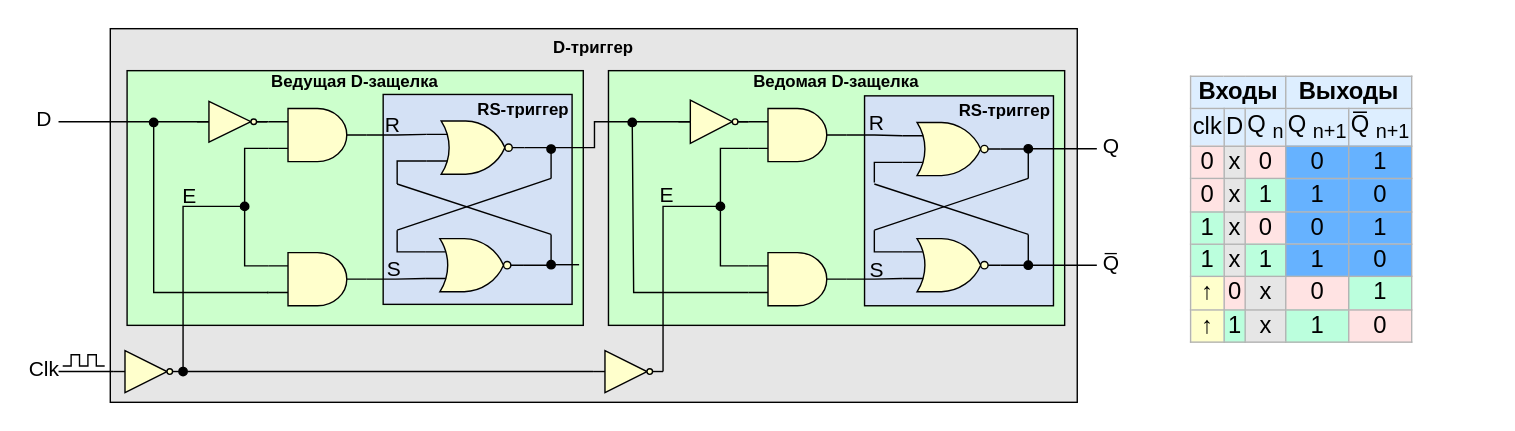
Above: .pic/Introduction/Sequential logic/fig_05.drawio.svg in MPSU/APS (draw.io), before the change. Source tidied: cells renumbered, new cells last; positions are measured from the earlier drawing's top-left corner, leaving out a move shared by most shapes.
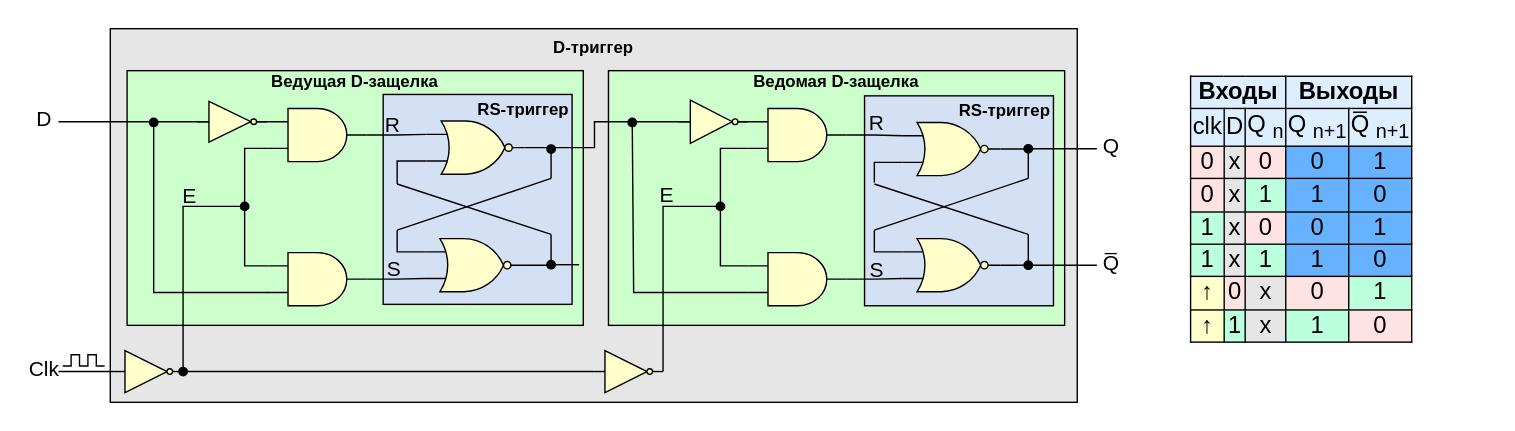
After the commit.

Change to the diagram source:
```diff
@@ -269,7 +269,7 @@
     <mxCell id="60" style="verticalLabelPosition=bottom;shadow=0;dashed=0;align=center;html=1;verticalAlign=top;shape=mxgraph.electrical.logic_gates.inverter_2;fillColor=#FFFFCC;" parent="1" vertex="1">
       <mxGeometry x="463" y="51" width="50" height="31" as="geometry" />
     </mxCell>
-    <mxCell id="61" value="&lt;table border=&quot;1&quot; class=&quot;wikitable&quot; style=&quot;text-align: center; font-size: 17px; border: 1px solid rgb(179, 179, 179); border-collapse: collapse;&quot; id=&quot;mwAjk&quot;&gt;&lt;tbody id=&quot;mwAjs&quot;&gt;&lt;tr style=&quot;background:#def;&quot; id=&quot;mwAjw&quot;&gt;&lt;td colspan=&quot;3&quot;&gt;&lt;b&gt;Входы&lt;/b&gt;&lt;/td&gt;&lt;td colspan=&quot;2&quot; id=&quot;mwAj8&quot;&gt;&lt;b id=&quot;mwAkA&quot;&gt;&lt;font style=&quot;font-size: 17px;&quot;&gt;Выходы&lt;/font&gt;&lt;/b&gt;&lt;/td&gt;&lt;/tr&gt;&lt;tr style=&quot;background:#def;&quot; id=&quot;mwAkE&quot;&gt;&lt;td&gt;&amp;nbsp; clk&amp;nbsp;&lt;/td&gt;&lt;td id=&quot;mwAkI&quot;&gt;&lt;font style=&quot;font-size: 17px;&quot;&gt;&amp;nbsp; &amp;nbsp;D&amp;nbsp; &amp;nbsp;&lt;/font&gt;&lt;/td&gt;&lt;td id=&quot;mwAkM&quot;&gt;&lt;font style=&quot;font-size: 17px;&quot;&gt;&amp;nbsp; Q&lt;sub&gt;n&lt;/sub&gt;&amp;nbsp;&amp;nbsp;&lt;/font&gt;&lt;/td&gt;&lt;td id=&quot;mwAkQ&quot;&gt;Q&lt;sub&gt;n+1&lt;/sub&gt;&lt;br&gt;&lt;/td&gt;&lt;td id=&quot;mwAkU&quot;&gt;Q̅&lt;sub&gt;n+1&lt;/sub&gt;&lt;br&gt;&lt;/td&gt;&lt;/tr&gt;&lt;tr id=&quot;mwAko&quot;&gt;&lt;td style=&quot;background-color: rgb(255, 227, 227);&quot;&gt;0&lt;/td&gt;&lt;td style=&quot;background-color: rgb(230, 230, 230);&quot; id=&quot;mwAks&quot;&gt;&lt;font style=&quot;font-size: 17px;&quot;&gt;x&lt;/font&gt;&lt;/td&gt;&lt;td style=&quot;background-color: rgb(255, 227, 227);&quot; id=&quot;mwAkw&quot;&gt;&lt;font style=&quot;font-size: 17px;&quot;&gt;0&lt;/font&gt;&lt;/td&gt;&lt;td style=&quot;background: rgb(102, 178, 255); color: black; vertical-align: middle; text-align: center;&quot; class=&quot;table-no2&quot; data-mw=&quot;{&amp;quot;parts&amp;quot;:[&amp;quot;|| &amp;quot;,{&amp;quot;template&amp;quot;:{&amp;quot;target&amp;quot;:{&amp;quot;wt&amp;quot;:&amp;quot;no2&amp;quot;,&amp;quot;href&amp;quot;:&amp;quot;./Template:No2&amp;quot;},&amp;quot;params&amp;quot;:{&amp;quot;1&amp;quot;:{&amp;quot;wt&amp;quot;:&amp;quot;0&amp;quot;}},&amp;quot;i&amp;quot;:0}},&amp;quot; &amp;quot;]}&quot; id=&quot;mwASM&quot;&gt;&lt;font style=&quot;font-size: 17px;&quot;&gt;0&lt;/font&gt;&lt;/td&gt;&lt;td style=&quot;background: rgb(102, 178, 255); color: black; vertical-align: middle; text-align: center;&quot; class=&quot;table-yes2&quot; data-mw=&quot;{&amp;quot;parts&amp;quot;:[&amp;quot;|| &amp;quot;,{&amp;quot;template&amp;quot;:{&amp;quot;target&amp;quot;:{&amp;quot;wt&amp;quot;:&amp;quot;yes2&amp;quot;,&amp;quot;href&amp;quot;:&amp;quot;./Template:Yes2&amp;quot;},&amp;quot;params&amp;quot;:{&amp;quot;1&amp;quot;:{&amp;quot;wt&amp;quot;:&amp;quot;1&amp;quot;}},&amp;quot;i&amp;quot;:0}},&amp;quot; &amp;quot;]}&quot; id=&quot;mwASc&quot;&gt;&lt;font style=&quot;font-size: 17px;&quot;&gt;1&lt;/font&gt;&lt;/td&gt;&lt;/tr&gt;&lt;tr id=&quot;mwAlM&quot;&gt;&lt;td style=&quot;background-color: rgb(255, 227, 227);&quot;&gt;0&lt;/td&gt;&lt;td style=&quot;background-color: rgb(230, 230, 230);&quot; id=&quot;mwAlQ&quot;&gt;&lt;font style=&quot;font-size: 17px;&quot;&gt;x&lt;/font&gt;&lt;/td&gt;&lt;td style=&quot;background-color: rgb(187, 255, 221);&quot; id=&quot;mwAlU&quot;&gt;&lt;font style=&quot;font-size: 17px;&quot;&gt;1&lt;/font&gt;&lt;/td&gt;&lt;td style=&quot;background: rgb(102, 178, 255); color: black; vertical-align: middle; text-align: center;&quot; class=&quot;table-no2&quot; data-mw=&quot;{&amp;quot;parts&amp;quot;:[&amp;quot;|| &amp;quot;,{&amp;quot;template&amp;quot;:{&amp;quot;target&amp;quot;:{&amp;quot;wt&amp;quot;:&amp;quot;no2&amp;quot;,&amp;quot;href&amp;quot;:&amp;quot;./Template:No2&amp;quot;},&amp;quot;params&amp;quot;:{&amp;quot;1&amp;quot;:{&amp;quot;wt&amp;quot;:&amp;quot;0&amp;quot;}},&amp;quot;i&amp;quot;:0}},&amp;quot; &amp;quot;]}&quot; id=&quot;mwASM&quot;&gt;1&lt;/td&gt;&lt;td style=&quot;background: rgb(102, 178, 255); color: black; vertical-align: middle; text-align: center;&quot; class=&quot;table-yes2&quot; data-mw=&quot;{&amp;quot;parts&amp;quot;:[&amp;quot;|| &amp;quot;,{&amp;quot;template&amp;quot;:{&amp;quot;target&amp;quot;:{&amp;quot;wt&amp;quot;:&amp;quot;yes2&amp;quot;,&amp;quot;href&amp;quot;:&amp;quot;./Template:Yes2&amp;quot;},&amp;quot;params&amp;quot;:{&amp;quot;1&amp;quot;:{&amp;quot;wt&amp;quot;:&amp;quot;1&amp;quot;}},&amp;quot;i&amp;quot;:0}},&amp;quot; &amp;quot;]}&quot; id=&quot;mwASc&quot;&gt;&lt;font style=&quot;font-size: 17px;&quot;&gt;0&lt;/font&gt;&lt;/td&gt;&lt;/tr&gt;&lt;tr id=&quot;mwAlw&quot;&gt;&lt;td style=&quot;background-color: rgb(187, 255, 221);&quot;&gt;1&lt;/td&gt;&lt;td style=&quot;background-color: rgb(230, 230, 230);&quot; id=&quot;mwAl0&quot;&gt;&lt;font style=&quot;font-size: 17px;&quot;&gt;x&lt;/font&gt;&lt;/td&gt;&lt;td style=&quot;background-color: rgb(255, 227, 227);&quot; id=&quot;mwAl4&quot;&gt;0&lt;/td&gt;&lt;td style=&quot;background: rgb(102, 178, 255); color: black; vertical-align: middle; text-align: center;&quot; class=&quot;table-no2&quot; data-mw=&quot;{&amp;quot;parts&amp;quot;:[&amp;quot;|| &amp;quot;,{&amp;quot;template&amp;quot;:{&amp;quot;target&amp;quot;:{&amp;quot;wt&amp;quot;:&amp;quot;no2&amp;quot;,&amp;quot;href&amp;quot;:&amp;quot;./Template:No2&amp;quot;},&amp;quot;params&amp;quot;:{&amp;quot;1&amp;quot;:{&amp;quot;wt&amp;quot;:&amp;quot;0&amp;quot;}},&amp;quot;i&amp;quot;:0}},&amp;quot; &amp;quot;]}&quot; id=&quot;mwASM&quot;&gt;&lt;font style=&quot;font-size: 17px;&quot;&gt;0&lt;/font&gt;&lt;/td&gt;&lt;td style=&quot;background: rgb(102, 178, 255); color: black; vertical-align: middle; text-align: center;&quot; class=&quot;table-yes2&quot; data-mw=&quot;{&amp;quot;parts&amp;quot;:[&amp;quot;|| &amp;quot;,{&amp;quot;template&amp;quot;:{&amp;quot;target&amp;quot;:{&amp;quot;wt&amp;quot;:&amp;quot;yes2&amp;quot;,&amp;quot;href&amp;quot;:&amp;quot;./Template:Yes2&amp;quot;},&amp;quot;params&amp;quot;:{&amp;quot;1&amp;quot;:{&amp;quot;wt&amp;quot;:&amp;quot;1&amp;quot;}},&amp;quot;i&amp;quot;:0}},&amp;quot; &amp;quot;]}&quot; id=&quot;mwASc&quot;&gt;&lt;font style=&quot;font-size: 17px;&quot;&gt;1&lt;/font&gt;&lt;/td&gt;&lt;/tr&gt;&lt;tr id=&quot;mwAmU&quot;&gt;&lt;td style=&quot;background-color: rgb(187, 255, 221);&quot;&gt;1&lt;/td&gt;&lt;td style=&quot;background-color: rgb(230, 230, 230);&quot; id=&quot;mwAmY&quot;&gt;&lt;font style=&quot;font-size: 17px;&quot;&gt;x&lt;/font&gt;&lt;/td&gt;&lt;td style=&quot;background-color: rgb(187, 255, 221);&quot; id=&quot;mwAmc&quot;&gt;&lt;font style=&quot;font-size: 17px;&quot;&gt;1&lt;/font&gt;&lt;/td&gt;&lt;td style=&quot;background: rgb(102, 178, 255); color: black; vertical-align: middle; text-align: center;&quot; class=&quot;table-yes2&quot; data-mw=&quot;{&amp;quot;parts&amp;quot;:[&amp;quot;|| &amp;quot;,{&amp;quot;template&amp;quot;:{&amp;quot;target&amp;quot;:{&amp;quot;wt&amp;quot;:&amp;quot;yes2&amp;quot;,&amp;quot;href&amp;quot;:&amp;quot;./Template:Yes2&amp;quot;},&amp;quot;params&amp;quot;:{&amp;quot;1&amp;quot;:{&amp;quot;wt&amp;quot;:&amp;quot;1&amp;quot;}},&amp;quot;i&amp;quot;:0}},&amp;quot; &amp;quot;]}&quot; id=&quot;mwASc&quot;&gt;&lt;font style=&quot;font-size: 17px;&quot;&gt;1&lt;/font&gt;&lt;/td&gt;&lt;td style=&quot;background: rgb(102, 178, 255); color: black; vertical-align: middle; text-align: center;&quot; class=&quot;table-no2&quot; data-mw=&quot;{&amp;quot;parts&amp;quot;:[&amp;quot;|| &amp;quot;,{&amp;quot;template&amp;quot;:{&amp;quot;target&amp;quot;:{&amp;quot;wt&amp;quot;:&amp;quot;no2&amp;quot;,&amp;quot;href&amp;quot;:&amp;quot;./Template:No2&amp;quot;},&amp;quot;params&amp;quot;:{&amp;quot;1&amp;quot;:{&amp;quot;wt&amp;quot;:&amp;quot;0&amp;quot;}},&amp;quot;i&amp;quot;:0}},&amp;quot; &amp;quot;]}&quot; id=&quot;mwASM&quot;&gt;&lt;font style=&quot;font-size: 17px;&quot;&gt;0&lt;/font&gt;&lt;/td&gt;&lt;/tr&gt;&lt;tr&gt;&lt;td style=&quot;background-color: rgb(255, 255, 204);&quot;&gt;&lt;span style=&quot;&quot;&gt;↑&lt;/span&gt;&lt;/td&gt;&lt;td style=&quot;background-color: rgb(255, 227, 227);&quot;&gt;0&lt;/td&gt;&lt;td style=&quot;background-color: rgb(230, 230, 230);&quot;&gt;x&lt;/td&gt;&lt;td style=&quot;background-color: rgb(255, 227, 227);&quot;&gt;0&lt;/td&gt;&lt;td style=&quot;background-color: rgb(187, 255, 221);&quot;&gt;1&lt;/td&gt;&lt;/tr&gt;&lt;tr&gt;&lt;td style=&quot;background-color: rgb(255, 255, 204);&quot;&gt;&lt;span style=&quot;&quot;&gt;↑&lt;/span&gt;&lt;br&gt;&lt;/td&gt;&lt;td style=&quot;background-color: rgb(187, 255, 221);&quot;&gt;1&lt;/td&gt;&lt;td style=&quot;background-color: rgb(230, 230, 230);&quot;&gt;x&lt;/td&gt;&lt;td style=&quot;background-color: rgb(187, 255, 221);&quot;&gt;1&lt;/td&gt;&lt;td style=&quot;background-color: rgb(255, 227, 227);&quot;&gt;0&lt;/td&gt;&lt;/tr&gt;&lt;/tbody&gt;&lt;/table&gt;" style="text;whiteSpace=wrap;html=1;" parent="1" vertex="1">
+    <mxCell id="61" value="&lt;table border=&quot;1&quot; class=&quot;wikitable&quot; style=&quot;text-align: center; font-size: 17px; border: 1px solid rgb(0, 0, 0); border-collapse: collapse;&quot; id=&quot;mwAjk&quot;&gt;&lt;tbody id=&quot;mwAjs&quot;&gt;&lt;tr style=&quot;background:#def;&quot; id=&quot;mwAjw&quot;&gt;&lt;td colspan=&quot;3&quot; style=&quot;border: 1px solid rgb(0, 0, 0);&quot;&gt;&lt;b&gt;Входы&lt;/b&gt;&lt;/td&gt;&lt;td colspan=&quot;2&quot; id=&quot;mwAj8&quot; style=&quot;border: 1px solid rgb(0, 0, 0);&quot;&gt;&lt;b id=&quot;mwAkA&quot;&gt;&lt;font style=&quot;font-size: 17px;&quot;&gt;Выходы&lt;/font&gt;&lt;/b&gt;&lt;/td&gt;&lt;/tr&gt;&lt;tr style=&quot;background:#def;&quot; id=&quot;mwAkE&quot;&gt;&lt;td style=&quot;border: 1px solid rgb(0, 0, 0);&quot;&gt;&amp;nbsp; clk&amp;nbsp;&lt;/td&gt;&lt;td id=&quot;mwAkI&quot; style=&quot;border: 1px solid rgb(0, 0, 0);&quot;&gt;&lt;font style=&quot;font-size: 17px;&quot;&gt;&amp;nbsp; &amp;nbsp;D&amp;nbsp; &amp;nbsp;&lt;/font&gt;&lt;/td&gt;&lt;td id=&quot;mwAkM&quot; style=&quot;border: 1px solid rgb(0, 0, 0);&quot;&gt;&lt;font style=&quot;font-size: 17px;&quot;&gt;&amp;nbsp; Q&lt;sub&gt;n&lt;/sub&gt;&amp;nbsp;&amp;nbsp;&lt;/font&gt;&lt;/td&gt;&lt;td id=&quot;mwAkQ&quot; style=&quot;border: 1px solid rgb(0, 0, 0);&quot;&gt;Q&lt;sub&gt;n+1&lt;/sub&gt;&lt;br&gt;&lt;/td&gt;&lt;td id=&quot;mwAkU&quot; style=&quot;border: 1px solid rgb(0, 0, 0);&quot;&gt;Q̅&lt;sub&gt;n+1&lt;/sub&gt;&lt;br&gt;&lt;/td&gt;&lt;/tr&gt;&lt;tr id=&quot;mwAko&quot;&gt;&lt;td style=&quot;background-color: rgb(255, 227, 227); border: 1px solid rgb(0, 0, 0);&quot;&gt;0&lt;/td&gt;&lt;td style=&quot;background-color: rgb(230, 230, 230); border: 1px solid rgb(0, 0, 0);&quot; id=&quot;mwAks&quot;&gt;&lt;font style=&quot;font-size: 17px;&quot;&gt;x&lt;/font&gt;&lt;/td&gt;&lt;td style=&quot;background-color: rgb(255, 227, 227); border: 1px solid rgb(0, 0, 0);&quot; id=&quot;mwAkw&quot;&gt;&lt;font style=&quot;font-size: 17px;&quot;&gt;0&lt;/font&gt;&lt;/td&gt;&lt;td style=&quot;background: rgb(102, 178, 255); color: black; vertical-align: middle; text-align: center; border: 1px solid rgb(0, 0, 0);&quot; class=&quot;table-no2&quot; data-mw=&quot;{&amp;quot;parts&amp;quot;:[&amp;quot;|| &amp;quot;,{&amp;quot;template&amp;quot;:{&amp;quot;target&amp;quot;:{&amp;quot;wt&amp;quot;:&amp;quot;no2&amp;quot;,&amp;quot;href&amp;quot;:&amp;quot;./Template:No2&amp;quot;},&amp;quot;params&amp;quot;:{&amp;quot;1&amp;quot;:{&amp;quot;wt&amp;quot;:&amp;quot;0&amp;quot;}},&amp;quot;i&amp;quot;:0}},&amp;quot; &amp;quot;]}&quot; id=&quot;mwASM&quot;&gt;&lt;font style=&quot;font-size: 17px;&quot;&gt;0&lt;/font&gt;&lt;/td&gt;&lt;td style=&quot;background: rgb(102, 178, 255); color: black; vertical-align: middle; text-align: center; border: 1px solid rgb(0, 0, 0);&quot; class=&quot;table-yes2&quot; data-mw=&quot;{&amp;quot;parts&amp;quot;:[&amp;quot;|| &amp;quot;,{&amp;quot;template&amp;quot;:{&amp;quot;target&amp;quot;:{&amp;quot;wt&amp;quot;:&amp;quot;yes2&amp;quot;,&amp;quot;href&amp;quot;:&amp;quot;./Template:Yes2&amp;quot;},&amp;quot;params&amp;quot;:{&amp;quot;1&amp;quot;:{&amp;quot;wt&amp;quot;:&amp;quot;1&amp;quot;}},&amp;quot;i&amp;quot;:0}},&amp;quot; &amp;quot;]}&quot; id=&quot;mwASc&quot;&gt;&lt;font style=&quot;font-size: 17px;&quot;&gt;1&lt;/font&gt;&lt;/td&gt;&lt;/tr&gt;&lt;tr id=&quot;mwAlM&quot;&gt;&lt;td style=&quot;background-color: rgb(255, 227, 227); border: 1px solid rgb(0, 0, 0);&quot;&gt;0&lt;/td&gt;&lt;td style=&quot;background-color: rgb(230, 230, 230); border: 1px solid rgb(0, 0, 0);&quot; id=&quot;mwAlQ&quot;&gt;&lt;font style=&quot;font-size: 17px;&quot;&gt;x&lt;/font&gt;&lt;/td&gt;&lt;td style=&quot;background-color: rgb(187, 255, 221); border: 1px solid rgb(0, 0, 0);&quot; id=&quot;mwAlU&quot;&gt;&lt;font style=&quot;font-size: 17px;&quot;&gt;1&lt;/font&gt;&lt;/td&gt;&lt;td style=&quot;background: rgb(102, 178, 255); color: black; vertical-align: middle; text-align: center; border: 1px solid rgb(0, 0, 0);&quot; class=&quot;table-no2&quot; data-mw=&quot;{&amp;quot;parts&amp;quot;:[&amp;quot;|| &amp;quot;,{&amp;quot;template&amp;quot;:{&amp;quot;target&amp;quot;:{&amp;quot;wt&amp;quot;:&amp;quot;no2&amp;quot;,&amp;quot;href&amp;quot;:&amp;quot;./Template:No2&amp;quot;},&amp;quot;params&amp;quot;:{&amp;quot;1&amp;quot;:{&amp;quot;wt&amp;quot;:&amp;quot;0&amp;quot;}},&amp;quot;i&amp;quot;:0}},&amp;quot; &amp;quot;]}&quot; id=&quot;mwASM&quot;&gt;1&lt;/td&gt;&lt;td style=&quot;background: rgb(102, 178, 255); color: black; vertical-align: middle; text-align: center; border: 1px solid rgb(0, 0, 0);&quot; class=&quot;table-yes2&quot; data-mw=&quot;{&amp;quot;parts&amp;quot;:[&amp;quot;|| &amp;quot;,{&amp;quot;template&amp;quot;:{&amp;quot;target&amp;quot;:{&amp;quot;wt&amp;quot;:&amp;quot;yes2&amp;quot;,&amp;quot;href&amp;quot;:&amp;quot;./Template:Yes2&amp;quot;},&amp;quot;params&amp;quot;:{&amp;quot;1&amp;quot;:{&amp;quot;wt&amp;quot;:&amp;quot;1&amp;quot;}},&amp;quot;i&amp;quot;:0}},&amp;quot; &amp;quot;]}&quot; id=&quot;mwASc&quot;&gt;&lt;font style=&quot;font-size: 17px;&quot;&gt;0&lt;/font&gt;&lt;/td&gt;&lt;/tr&gt;&lt;tr id=&quot;mwAlw&quot;&gt;&lt;td style=&quot;background-color: rgb(187, 255, 221); border: 1px solid rgb(0, 0, 0);&quot;&gt;1&lt;/td&gt;&lt;td style=&quot;background-color: rgb(230, 230, 230); border: 1px solid rgb(0, 0, 0);&quot; id=&quot;mwAl0&quot;&gt;&lt;font style=&quot;font-size: 17px;&quot;&gt;x&lt;/font&gt;&lt;/td&gt;&lt;td style=&quot;background-color: rgb(255, 227, 227); border: 1px solid rgb(0, 0, 0);&quot; id=&quot;mwAl4&quot;&gt;0&lt;/td&gt;&lt;td style=&quot;background: rgb(102, 178, 255); color: black; vertical-align: middle; text-align: center; border: 1px solid rgb(0, 0, 0);&quot; class=&quot;table-no2&quot; data-mw=&quot;{&amp;quot;parts&amp;quot;:[&amp;quot;|| &amp;quot;,{&amp;quot;template&amp;quot;:{&amp;quot;target&amp;quot;:{&amp;quot;wt&amp;quot;:&amp;quot;no2&amp;quot;,&amp;quot;href&amp;quot;:&amp;quot;./Template:No2&amp;quot;},&amp;quot;params&amp;quot;:{&amp;quot;1&amp;quot;:{&amp;quot;wt&amp;quot;:&amp;quot;0&amp;quot;}},&amp;quot;i&amp;quot;:0}},&amp;quot; &amp;quot;]}&quot; id=&quot;mwASM&quot;&gt;&lt;font style=&quot;font-size: 17px;&quot;&gt;0&lt;/font&gt;&lt;/td&gt;&lt;td style=&quot;background: rgb(102, 178, 255); color: black; vertical-align: middle; text-align: center; border: 1px solid rgb(0, 0, 0);&quot; class=&quot;table-yes2&quot; data-mw=&quot;{&amp;quot;parts&amp;quot;:[&amp;quot;|| &amp;quot;,{&amp;quot;template&amp;quot;:{&amp;quot;target&amp;quot;:{&amp;quot;wt&amp;quot;:&amp;quot;yes2&amp;quot;,&amp;quot;href&amp;quot;:&amp;quot;./Template:Yes2&amp;quot;},&amp;quot;params&amp;quot;:{&amp;quot;1&amp;quot;:{&amp;quot;wt&amp;quot;:&amp;quot;1&amp;quot;}},&amp;quot;i&amp;quot;:0}},&amp;quot; &amp;quot;]}&quot; id=&quot;mwASc&quot;&gt;&lt;font style=&quot;font-size: 17px;&quot;&gt;1&lt;/font&gt;&lt;/td&gt;&lt;/tr&gt;&lt;tr id=&quot;mwAmU&quot;&gt;&lt;td style=&quot;background-color: rgb(187, 255, 221); border: 1px solid rgb(0, 0, 0);&quot;&gt;1&lt;/td&gt;&lt;td style=&quot;background-color: rgb(230, 230, 230); border: 1px solid rgb(0, 0, 0);&quot; id=&quot;mwAmY&quot;&gt;&lt;font style=&quot;font-size: 17px;&quot;&gt;x&lt;/font&gt;&lt;/td&gt;&lt;td style=&quot;background-color: rgb(187, 255, 221); border: 1px solid rgb(0, 0, 0);&quot; id=&quot;mwAmc&quot;&gt;&lt;font style=&quot;font-size: 17px;&quot;&gt;1&lt;/font&gt;&lt;/td&gt;&lt;td style=&quot;background: rgb(102, 178, 255); color: black; vertical-align: middle; text-align: center; border: 1px solid rgb(0, 0, 0);&quot; class=&quot;table-yes2&quot; data-mw=&quot;{&amp;quot;parts&amp;quot;:[&amp;quot;|| &amp;quot;,{&amp;quot;template&amp;quot;:{&amp;quot;target&amp;quot;:{&amp;quot;wt&amp;quot;:&amp;quot;yes2&amp;quot;,&amp;quot;href&amp;quot;:&amp;quot;./Template:Yes2&amp;quot;},&amp;quot;params&amp;quot;:{&amp;quot;1&amp;quot;:{&amp;quot;wt&amp;quot;:&amp;quot;1&amp;quot;}},&amp;quot;i&amp;quot;:0}},&amp;quot; &amp;quot;]}&quot; id=&quot;mwASc&quot;&gt;&lt;font style=&quot;font-size: 17px;&quot;&gt;1&lt;/font&gt;&lt;/td&gt;&lt;td style=&quot;background: rgb(102, 178, 255); color: black; vertical-align: middle; text-align: center; border: 1px solid rgb(0, 0, 0);&quot; class=&quot;table-no2&quot; data-mw=&quot;{&amp;quot;parts&amp;quot;:[&amp;quot;|| &amp;quot;,{&amp;quot;template&amp;quot;:{&amp;quot;target&amp;quot;:{&amp;quot;wt&amp;quot;:&amp;quot;no2&amp;quot;,&amp;quot;href&amp;quot;:&amp;quot;./Template:No2&amp;quot;},&amp;quot;params&amp;quot;:{&amp;quot;1&amp;quot;:{&amp;quot;wt&amp;quot;:&amp;quot;0&amp;quot;}},&amp;quot;i&amp;quot;:0}},&amp;quot; &amp;quot;]}&quot; id=&quot;mwASM&quot;&gt;&lt;font style=&quot;font-size: 17px;&quot;&gt;0&lt;/font&gt;&lt;/td&gt;&lt;/tr&gt;&lt;tr&gt;&lt;td style=&quot;background-color: rgb(255, 255, 204); border: 1px solid rgb(0, 0, 0);&quot;&gt;&lt;span style=&quot;&quot;&gt;↑&lt;/span&gt;&lt;/td&gt;&lt;td style=&quot;background-color: rgb(255, 227, 227); border: 1px solid rgb(0, 0, 0);&quot;&gt;0&lt;/td&gt;&lt;td style=&quot;background-color: rgb(230, 230, 230); border: 1px solid rgb(0, 0, 0);&quot;&gt;x&lt;/td&gt;&lt;td style=&quot;background-color: rgb(255, 227, 227); border: 1px solid rgb(0, 0, 0);&quot;&gt;0&lt;/td&gt;&lt;td style=&quot;background-color: rgb(187, 255, 221); border: 1px solid rgb(0, 0, 0);&quot;&gt;1&lt;/td&gt;&lt;/tr&gt;&lt;tr&gt;&lt;td style=&quot;background-color: rgb(255, 255, 204); border: 1px solid rgb(0, 0, 0);&quot;&gt;&lt;span style=&quot;&quot;&gt;↑&lt;/span&gt;&lt;br&gt;&lt;/td&gt;&lt;td style=&quot;background-color: rgb(187, 255, 221); border: 1px solid rgb(0, 0, 0);&quot;&gt;1&lt;/td&gt;&lt;td style=&quot;background-color: rgb(230, 230, 230); border: 1px solid rgb(0, 0, 0);&quot;&gt;x&lt;/td&gt;&lt;td style=&quot;background-color: rgb(187, 255, 221); border: 1px solid rgb(0, 0, 0);&quot;&gt;1&lt;/td&gt;&lt;td style=&quot;background-color: rgb(255, 227, 227); border: 1px solid rgb(0, 0, 0);&quot;&gt;0&lt;/td&gt;&lt;/tr&gt;&lt;/tbody&gt;&lt;/table&gt;" style="text;whiteSpace=wrap;html=1;" parent="1" vertex="1">
       <mxGeometry x="827" y="27" width="213" height="210" as="geometry" />
     </mxCell>
   </root>
```
